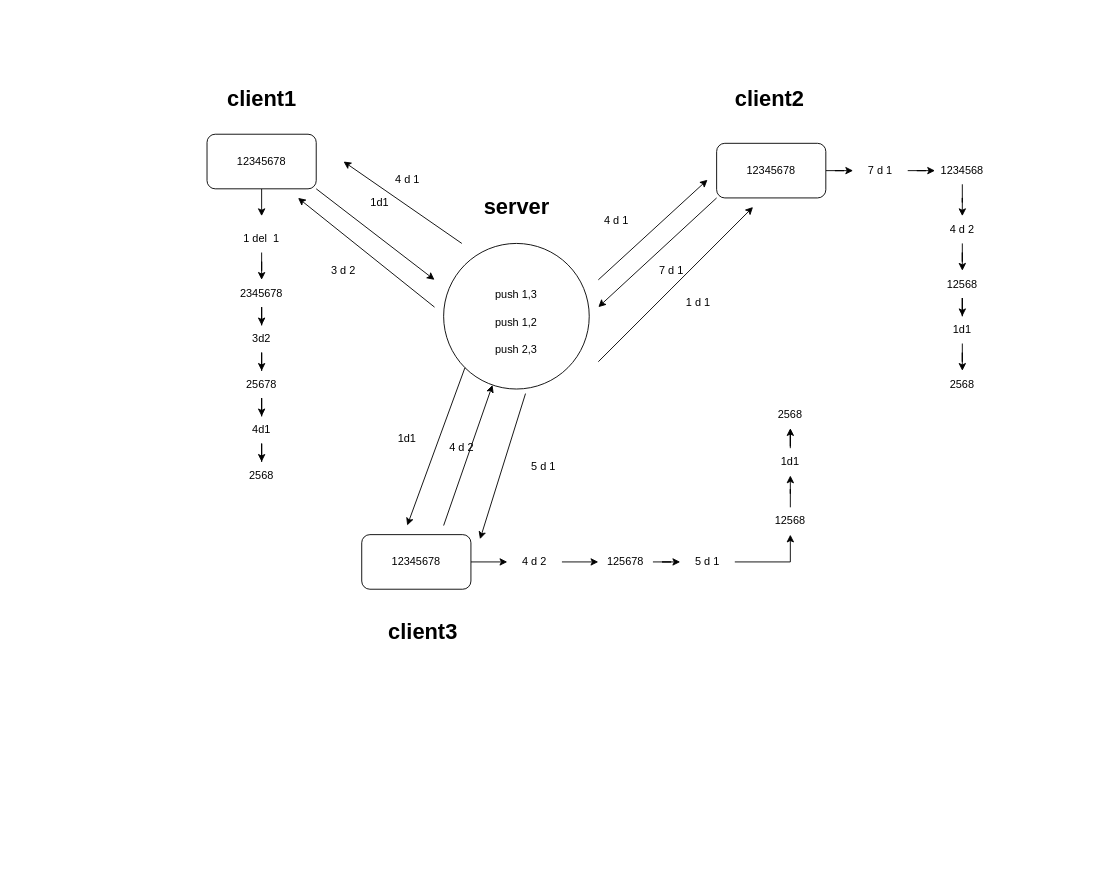
Above: OT算法.drawio in caiwuu/draw.io (draw.io), before the change. Source tidied: cells renumbered, new cells numbered last; positions are measured from the earlier drawing's top-left corner, leaving out a move shared by most shapes. Both pictures are drawn from the tidied source at 91%, with x=0, y=0 at pixel (207, 90).
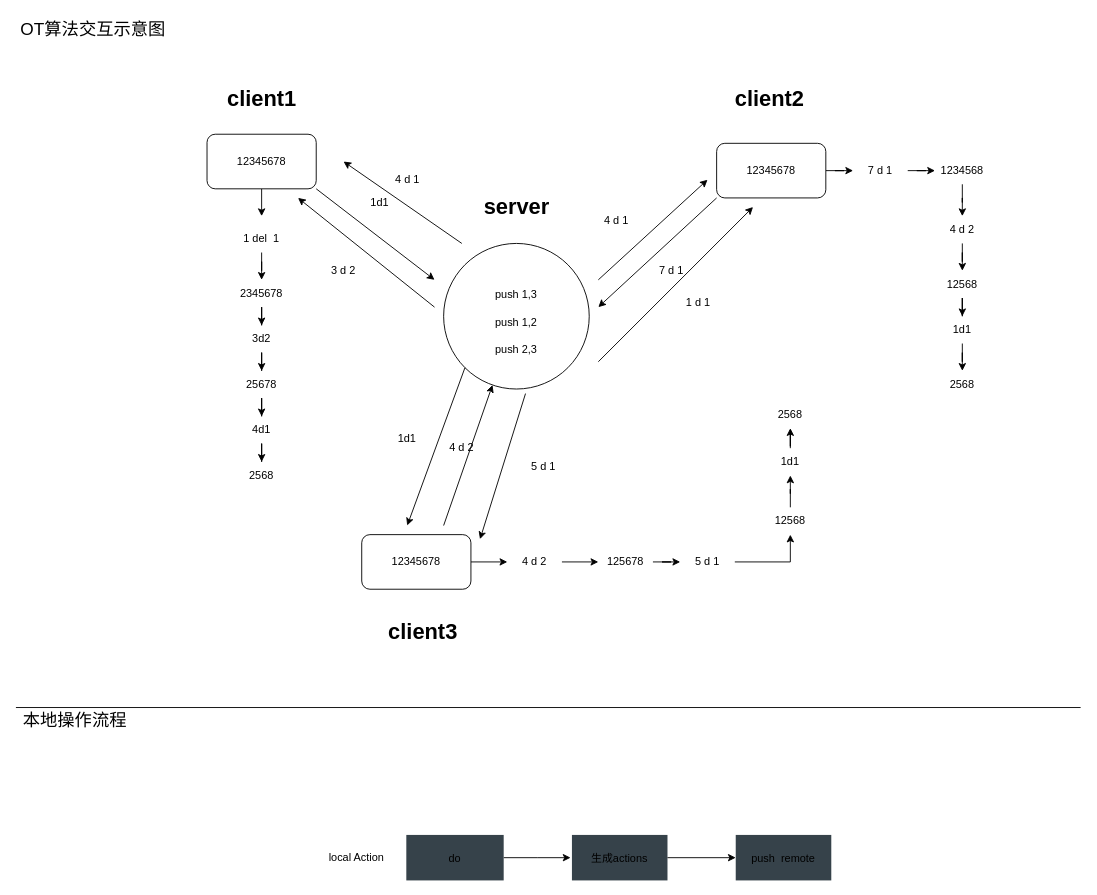
After the change.

Change to the diagram source:
```diff
@@
+    <mxCell id="69" style="endArrow=none;html=1;rounded=0;" parent="1" edge="1">
+      <mxGeometry relative="1" as="geometry">
+        <mxPoint x="-210" y="678" as="sourcePoint" />
+        <mxPoint x="960" y="678" as="targetPoint" />
+      </mxGeometry>
+    </mxCell>
+    <mxCell id="70" style="group;" parent="1" vertex="1">
+      <mxGeometry x="110" y="818" width="576" height="50" as="geometry" />
+    </mxCell>
+    <mxCell id="71" value="local Action" style="text;html=1;strokeColor=none;fillColor=none;align=center;verticalAlign=middle;whiteSpace=wrap;rounded=0;" parent="70" vertex="1">
+      <mxGeometry y="10" width="109" height="30" as="geometry" />
+    </mxCell>
+    <mxCell id="72" style="edgeStyle=orthogonalEdgeStyle;rounded=0;jettySize=auto;html=1;" parent="70" edge="1" source="73">
+      <mxGeometry relative="1" as="geometry">
+        <mxPoint x="289.5" y="25" as="targetPoint" />
+      </mxGeometry>
+    </mxCell>
+    <mxCell id="73" value="do" style="fillColor=#36424A;strokeColor=none;" parent="70" vertex="1">
+      <mxGeometry x="109" width="107" height="50" as="geometry" />
+    </mxCell>
+    <mxCell id="74" value="生成actions" style="fillColor=#36424A;strokeColor=none;" parent="70" vertex="1">
+      <mxGeometry x="291" width="105" height="50" as="geometry" />
+    </mxCell>
+    <mxCell id="75" value="push  remote" style="fillColor=#36424A;strokeColor=none;" parent="70" vertex="1">
+      <mxGeometry x="471" width="105" height="50" as="geometry" />
+    </mxCell>
+    <mxCell id="76" style="edgeStyle=orthogonalEdgeStyle;rounded=0;jettySize=auto;html=1;exitX=1;exitY=0.5;exitDx=0;exitDy=0;" parent="70" edge="1" source="74" target="75">
+      <mxGeometry relative="1" as="geometry" />
+    </mxCell>
+    <mxCell id="77" value="&lt;font style=&quot;font-size: 19px&quot;&gt;OT算法交互示意图&lt;/font&gt;" style="text;html=1;strokeColor=none;fillColor=none;align=center;verticalAlign=middle;whiteSpace=wrap;rounded=0;" parent="1" vertex="1">
+      <mxGeometry x="-210" y="-82" width="170" height="30" as="geometry" />
+    </mxCell>
+    <mxCell id="78" value="&lt;span style=&quot;font-size: 19px&quot;&gt;本地操作流程&lt;/span&gt;" style="text;html=1;strokeColor=none;fillColor=none;align=center;verticalAlign=middle;whiteSpace=wrap;rounded=0;" parent="1" vertex="1">
+      <mxGeometry x="-210" y="678" width="130" height="30" as="geometry" />
+    </mxCell>
```
